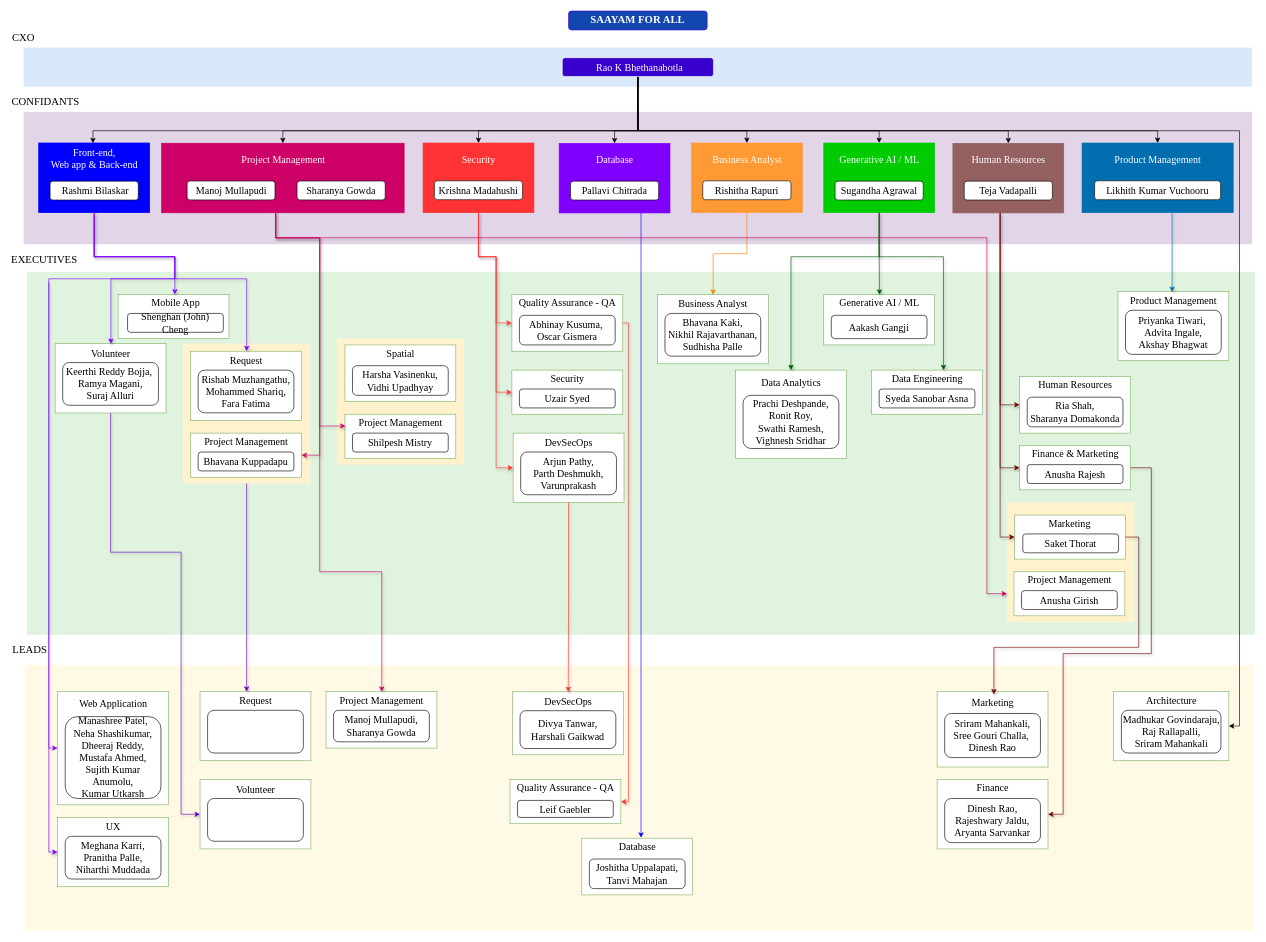
Before: saayam_organizationchart.drawio in PallaviChitrada10/PallaviChitrada10, a draw.io diagram. Source tidied: cells renumbered, new cells numbered last; positions are measured from the earlier drawing's top-left corner, leaving out a move shared by most shapes. Both pictures are drawn from the tidied source at 63%, with x=0, y=0 at pixel (11, 11).
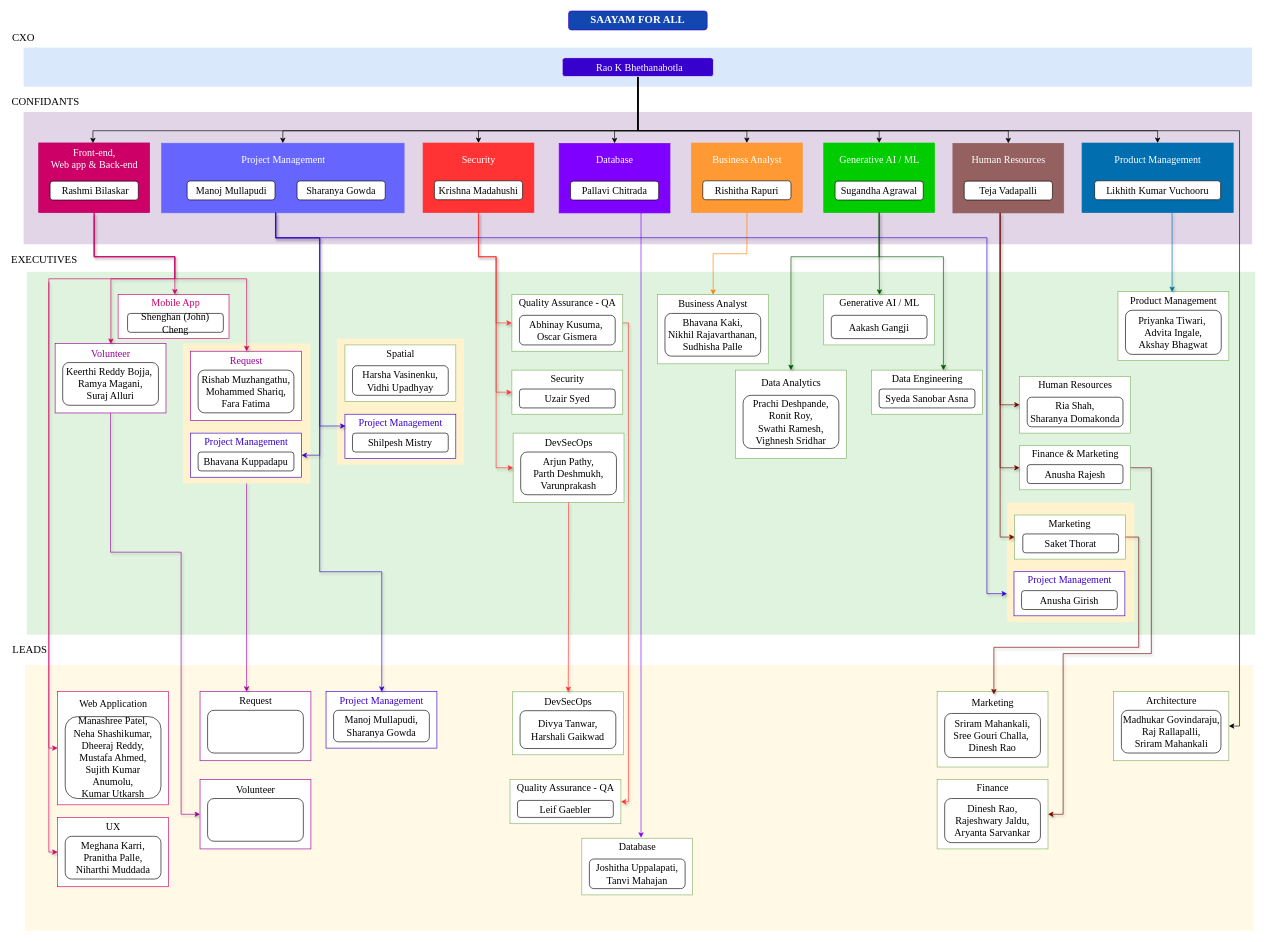
The same page after the edit.

The change refers to these unchanged cells:
```xml
<mxCell id="19" style="group;strokeColor=#9673a6;fillColor=#E1D5E7;" parent="1" vertex="1">
  <mxGeometry x="44" y="209.5" width="176" height="110.5" as="geometry" />
</mxCell>
<mxCell id="27" style="group;" parent="1" vertex="1">
  <mxGeometry x="239" y="209.8" width="385" height="110.5" as="geometry" />
</mxCell>
<mxCell id="32" style="group;" parent="1" vertex="1">
  <mxGeometry x="870" y="210" width="176" height="110.5" as="geometry" />
</mxCell>
<mxCell id="34" style="rounded=0;whiteSpace=wrap;html=1;strokeColor=#7F00FF;fillColor=light-dark(#7F00FF,#1F2F1E);fontFamily=Garamond;" parent="32" vertex="1">
  <mxGeometry width="176" height="110.5" as="geometry" />
</mxCell>
<mxCell id="69" style="group;" parent="1" vertex="1">
  <mxGeometry x="285" y="540" width="190" height="280" as="geometry" />
</mxCell>
<mxCell id="70" style="rounded=0;whiteSpace=wrap;html=1;strokeColor=none;fillColor=#FFF2CC;fontFamily=Garamond;" parent="69" vertex="1">
  <mxGeometry x="-12" y="-12.2" width="202" height="222.2" as="geometry" />
</mxCell>
<mxCell id="75" style="group;" parent="69" vertex="1">
  <mxGeometry y="130" width="176" height="90" as="geometry" />
</mxCell>
<mxCell id="106" style="group;" parent="100" vertex="1">
  <mxGeometry y="110" width="176" height="90" as="geometry" />
</mxCell>
<mxCell id="122" style="group;" parent="116" vertex="1">
  <mxGeometry x="11" y="98" width="176" height="90" as="geometry" />
</mxCell>
<mxCell id="127" style="group;" parent="1" vertex="1">
  <mxGeometry x="173" y="450" width="176" height="190" as="geometry" />
</mxCell>
<mxCell id="132" style="group;" parent="127" vertex="1">
  <mxGeometry x="-103" y="78" width="176" height="110" as="geometry" />
</mxCell>
<mxCell id="165" style="group;" parent="1" vertex="1">
  <mxGeometry x="74" y="1080" width="176" height="190" as="geometry" />
</mxCell>
<mxCell id="176" style="group;" parent="1" vertex="1">
  <mxGeometry x="300" y="1080" width="176" height="110" as="geometry" />
</mxCell>
<mxCell id="182" style="group;" parent="1" vertex="1">
  <mxGeometry x="300" y="1220" width="176" height="110" as="geometry" />
</mxCell>
```

The edit, as a diff of the source:
```diff
@@
-    <mxCell id="20" style="rounded=0;whiteSpace=wrap;html=1;strokeColor=light-dark(#0000FF,#1F2F1E);fillColor=light-dark(#0000FF,#1F2F1E);fontFamily=Garamond;" parent="19" vertex="1">
+    <mxCell id="20" style="rounded=0;whiteSpace=wrap;html=1;strokeColor=light-dark(#CC0066,#1F2F1E);fillColor=light-dark(#CC0066,#1F2F1E);fontFamily=Garamond;" parent="19" vertex="1">
       <mxGeometry width="176" height="110.5" as="geometry" />
     </mxCell>
@@
-    <mxCell id="28" style="rounded=0;whiteSpace=wrap;html=1;strokeColor=#CC0066;fillColor=light-dark(#CC0066,#1F2F1E);fontFamily=Garamond;" parent="27" vertex="1">
+    <mxCell id="28" style="rounded=0;whiteSpace=wrap;html=1;strokeColor=light-dark(#6666FF,#1F2F1E);fillColor=light-dark(#6666FF,#1F2F1E);fontFamily=Garamond;" parent="27" vertex="1">
       <mxGeometry width="385" height="110.5" as="geometry" />
     </mxCell>
@@
-    <mxCell id="33" style="edgeStyle=orthogonalEdgeStyle;rounded=0;jettySize=auto;html=1;exitX=0.75;exitY=1;exitDx=0;exitDy=0;elbow=vertical;strokeColor=#0000FF;" parent="32" edge="1" source="34">
+    <mxCell id="33" style="edgeStyle=orthogonalEdgeStyle;rounded=0;jettySize=auto;html=1;exitX=0.75;exitY=1;exitDx=0;exitDy=0;elbow=vertical;strokeColor=#7F00FF;" parent="32" edge="1" source="34">
       <mxGeometry relative="1" as="geometry">
         <mxPoint x="130" y="1102.3" as="targetPoint" />
         <Array as="points">
           <mxPoint x="130" y="111" />
         </Array>
       </mxGeometry>
     </mxCell>
@@
-    <mxCell id="71" style="rounded=0;whiteSpace=wrap;html=1;strokeColor=#82b366;fillColor=light-dark(#ffffff, #1f2f1e);fontFamily=Garamond;" parent="69" vertex="1">
+    <mxCell id="71" style="rounded=0;whiteSpace=wrap;html=1;strokeColor=#990099;fillColor=light-dark(#ffffff, #1f2f1e);fontFamily=Garamond;" parent="69" vertex="1">
       <mxGeometry width="176" height="110" as="geometry" />
     </mxCell>
-    <mxCell id="72" value="&lt;font face=&quot;Garamond&quot;&gt;&lt;span style=&quot;font-size: 16px;&quot;&gt;Request&lt;/span&gt;&lt;/font&gt;" style="text;html=1;whiteSpace=wrap;strokeColor=none;fillColor=none;align=center;verticalAlign=middle;rounded=0;" parent="69" vertex="1">
+    <mxCell id="72" value="&lt;font face=&quot;Garamond&quot; style=&quot;color: rgb(153, 0, 153);&quot;&gt;&lt;span style=&quot;font-size: 16px;&quot;&gt;Request&lt;/span&gt;&lt;/font&gt;" style="text;html=1;whiteSpace=wrap;strokeColor=none;fillColor=none;align=center;verticalAlign=middle;rounded=0;" parent="69" vertex="1">
       <mxGeometry x="1" y="0.5" width="175" height="29.9" as="geometry" />
     </mxCell>
@@
-    <mxCell id="76" style="rounded=0;whiteSpace=wrap;html=1;strokeColor=#82b366;fillColor=light-dark(#ffffff, #1f2f1e);fontFamily=Garamond;" parent="75" vertex="1">
+    <mxCell id="76" style="rounded=0;whiteSpace=wrap;html=1;strokeColor=#3700CC;fillColor=light-dark(#ffffff, #1f2f1e);fontFamily=Garamond;" parent="75" vertex="1">
       <mxGeometry width="176" height="70" as="geometry" />
     </mxCell>
-    <mxCell id="77" value="&lt;font face=&quot;Garamond&quot;&gt;&lt;span style=&quot;font-size: 16px;&quot;&gt;Project Management&lt;/span&gt;&lt;/font&gt;" style="text;html=1;whiteSpace=wrap;strokeColor=none;fillColor=none;align=center;verticalAlign=middle;rounded=0;" parent="75" vertex="1">
+    <mxCell id="77" value="&lt;font face=&quot;Garamond&quot; style=&quot;color: light-dark(rgb(55, 0, 204), rgb(31, 47, 30));&quot;&gt;&lt;span style=&quot;font-size: 16px;&quot;&gt;Project Management&lt;/span&gt;&lt;/font&gt;" style="text;html=1;whiteSpace=wrap;strokeColor=none;fillColor=none;align=center;verticalAlign=middle;rounded=0;" parent="75" vertex="1">
       <mxGeometry x="1" y="0.4" width="175" height="24.4" as="geometry" />
     </mxCell>
@@
-    <mxCell id="107" style="rounded=0;whiteSpace=wrap;html=1;strokeColor=#82b366;fillColor=light-dark(#ffffff, #1f2f1e);fontFamily=Garamond;" parent="106" vertex="1">
+    <mxCell id="107" style="rounded=0;whiteSpace=wrap;html=1;strokeColor=#3700CC;fillColor=light-dark(#ffffff, #1f2f1e);fontFamily=Garamond;" parent="106" vertex="1">
       <mxGeometry width="176" height="70" as="geometry" />
     </mxCell>
-    <mxCell id="108" value="&lt;font face=&quot;Garamond&quot;&gt;&lt;span style=&quot;font-size: 16px;&quot;&gt;Project Management&lt;/span&gt;&lt;/font&gt;" style="text;html=1;whiteSpace=wrap;strokeColor=none;fillColor=none;align=center;verticalAlign=middle;rounded=0;" parent="106" vertex="1">
+    <mxCell id="108" value="&lt;font face=&quot;Garamond&quot; style=&quot;color: rgb(55, 0, 204);&quot;&gt;&lt;span style=&quot;font-size: 16px;&quot;&gt;Project Management&lt;/span&gt;&lt;/font&gt;" style="text;html=1;whiteSpace=wrap;strokeColor=none;fillColor=none;align=center;verticalAlign=middle;rounded=0;" parent="106" vertex="1">
       <mxGeometry x="1" y="0.4" width="175" height="24.4" as="geometry" />
     </mxCell>
@@
-    <mxCell id="123" style="rounded=0;whiteSpace=wrap;html=1;strokeColor=#82b366;fillColor=light-dark(#ffffff, #1f2f1e);fontFamily=Garamond;" parent="122" vertex="1">
+    <mxCell id="123" style="rounded=0;whiteSpace=wrap;html=1;strokeColor=#3700CC;fillColor=light-dark(#ffffff, #1f2f1e);fontFamily=Garamond;" parent="122" vertex="1">
       <mxGeometry y="-8" width="176" height="70" as="geometry" />
     </mxCell>
-    <mxCell id="124" value="&lt;font face=&quot;Garamond&quot;&gt;&lt;span style=&quot;font-size: 16px;&quot;&gt;Project Management&lt;/span&gt;&lt;/font&gt;" style="text;html=1;whiteSpace=wrap;strokeColor=none;fillColor=none;align=center;verticalAlign=middle;rounded=0;" parent="122" vertex="1">
+    <mxCell id="124" value="&lt;font face=&quot;Garamond&quot; style=&quot;color: rgb(55, 0, 204);&quot;&gt;&lt;span style=&quot;font-size: 16px;&quot;&gt;Project Management&lt;/span&gt;&lt;/font&gt;" style="text;html=1;whiteSpace=wrap;strokeColor=none;fillColor=none;align=center;verticalAlign=middle;rounded=0;" parent="122" vertex="1">
       <mxGeometry x="1" y="-7.6" width="175" height="24.4" as="geometry" />
     </mxCell>
@@
-    <mxCell id="128" style="rounded=0;whiteSpace=wrap;html=1;strokeColor=#82b366;fillColor=light-dark(#ffffff, #1f2f1e);fontFamily=Garamond;" parent="127" vertex="1">
+    <mxCell id="128" style="rounded=0;whiteSpace=wrap;html=1;strokeColor=#CC0066;fillColor=light-dark(#ffffff, #1f2f1e);fontFamily=Garamond;" parent="127" vertex="1">
       <mxGeometry x="-3" width="176" height="70" as="geometry" />
     </mxCell>
-    <mxCell id="129" value="&lt;font face=&quot;Garamond&quot;&gt;&lt;span style=&quot;font-size: 16px;&quot;&gt;Mobile App&lt;/span&gt;&lt;/font&gt;" style="text;html=1;whiteSpace=wrap;strokeColor=none;fillColor=none;align=center;verticalAlign=middle;rounded=0;" parent="127" vertex="1">
+    <mxCell id="129" value="&lt;font face=&quot;Garamond&quot; style=&quot;color: rgb(204, 0, 102);&quot;&gt;&lt;span style=&quot;font-size: 16px;&quot;&gt;Mobile App&lt;/span&gt;&lt;/font&gt;" style="text;html=1;whiteSpace=wrap;strokeColor=none;fillColor=none;align=center;verticalAlign=middle;rounded=0;" parent="127" vertex="1">
       <mxGeometry x="1" y="0.4" width="175" height="24.4" as="geometry" />
     </mxCell>
@@
-    <mxCell id="133" style="rounded=0;whiteSpace=wrap;html=1;strokeColor=#82b366;fillColor=light-dark(#ffffff, #1f2f1e);fontFamily=Garamond;" parent="132" vertex="1">
+    <mxCell id="133" style="rounded=0;whiteSpace=wrap;html=1;strokeColor=#990099;fillColor=light-dark(#ffffff, #1f2f1e);fontFamily=Garamond;" parent="132" vertex="1">
       <mxGeometry width="176" height="110" as="geometry" />
     </mxCell>
-    <mxCell id="134" value="&lt;font face=&quot;Garamond&quot;&gt;&lt;span style=&quot;font-size: 16px;&quot;&gt;Volunteer&lt;/span&gt;&lt;/font&gt;" style="text;html=1;whiteSpace=wrap;strokeColor=none;fillColor=none;align=center;verticalAlign=middle;rounded=0;" parent="132" vertex="1">
+    <mxCell id="134" value="&lt;font face=&quot;Garamond&quot; style=&quot;color: rgb(153, 0, 153);&quot;&gt;&lt;span style=&quot;font-size: 16px;&quot;&gt;Volunteer&lt;/span&gt;&lt;/font&gt;" style="text;html=1;whiteSpace=wrap;strokeColor=none;fillColor=none;align=center;verticalAlign=middle;rounded=0;" parent="132" vertex="1">
       <mxGeometry x="1" y="0.5" width="175" height="29.9" as="geometry" />
     </mxCell>
@@
-    <mxCell id="145" style="edgeStyle=orthogonalEdgeStyle;rounded=0;jettySize=auto;html=1;entryX=1;entryY=0.5;entryDx=0;entryDy=0;strokeColor=#CC0066;shadow=1;" parent="1" edge="1" target="76">
+    <mxCell id="145" style="edgeStyle=orthogonalEdgeStyle;rounded=0;jettySize=auto;html=1;entryX=1;entryY=0.5;entryDx=0;entryDy=0;strokeColor=light-dark(#3700CC,#1F2F1E);shadow=1;" parent="1" edge="1" target="76">
       <mxGeometry relative="1" as="geometry">
         <mxPoint x="420" y="320" as="sourcePoint" />
         <Array as="points">
           <mxPoint x="420" y="320" />
           <mxPoint x="420" y="360" />
           <mxPoint x="490" y="360" />
           <mxPoint x="490" y="705" />
         </Array>
       </mxGeometry>
     </mxCell>
-    <mxCell id="146" style="edgeStyle=orthogonalEdgeStyle;rounded=0;jettySize=auto;html=1;entryX=0;entryY=0.75;entryDx=0;entryDy=0;strokeColor=#CC0066;shadow=1;" parent="1" edge="1" target="108">
+    <mxCell id="146" style="edgeStyle=orthogonalEdgeStyle;rounded=0;jettySize=auto;html=1;entryX=0;entryY=0.75;entryDx=0;entryDy=0;strokeColor=light-dark(#3700CC,#1F2F1E);shadow=1;" parent="1" edge="1" target="108">
       <mxGeometry relative="1" as="geometry">
         <mxPoint x="420" y="320" as="sourcePoint" />
         <Array as="points">
           <mxPoint x="420" y="320" />
           <mxPoint x="420" y="360" />
           <mxPoint x="490" y="360" />
           <mxPoint x="490" y="659" />
         </Array>
       </mxGeometry>
     </mxCell>
@@
-    <mxCell id="156" style="edgeStyle=orthogonalEdgeStyle;rounded=0;jettySize=auto;html=1;exitX=0.5;exitY=1;exitDx=0;exitDy=0;strokeColor=#7F00FF;shadow=1;" parent="1" edge="1" source="20">
+    <mxCell id="156" style="edgeStyle=orthogonalEdgeStyle;rounded=0;jettySize=auto;html=1;exitX=0.5;exitY=1;exitDx=0;exitDy=0;strokeColor=#CC0066;shadow=1;" parent="1" edge="1" source="20">
       <mxGeometry relative="1" as="geometry">
         <mxPoint x="260" y="450" as="targetPoint" />
         <Array as="points">
           <mxPoint x="132" y="390" />
           <mxPoint x="260" y="390" />
         </Array>
       </mxGeometry>
     </mxCell>
-    <mxCell id="157" style="edgeStyle=orthogonalEdgeStyle;rounded=0;jettySize=auto;html=1;exitX=0.5;exitY=1;exitDx=0;exitDy=0;entryX=0.5;entryY=0;entryDx=0;entryDy=0;strokeColor=#7F00FF;shadow=1;" parent="1" edge="1" source="20" target="134">
+    <mxCell id="157" style="edgeStyle=orthogonalEdgeStyle;rounded=0;jettySize=auto;html=1;exitX=0.5;exitY=1;exitDx=0;exitDy=0;entryX=0.5;entryY=0;entryDx=0;entryDy=0;strokeColor=#CC0066;shadow=1;" parent="1" edge="1" source="20" target="134">
       <mxGeometry relative="1" as="geometry">
         <Array as="points">
           <mxPoint x="132" y="390" />
           <mxPoint x="260" y="390" />
           <mxPoint x="260" y="425" />
           <mxPoint x="159" y="425" />
         </Array>
       </mxGeometry>
     </mxCell>
-    <mxCell id="158" style="edgeStyle=orthogonalEdgeStyle;rounded=0;orthogonalLoop=1;jettySize=auto;html=1;exitX=0.5;exitY=1;exitDx=0;exitDy=0;strokeColor=#7F00FF;shadow=1;" parent="1" edge="1">
+    <mxCell id="158" style="edgeStyle=orthogonalEdgeStyle;rounded=0;orthogonalLoop=1;jettySize=auto;html=1;exitX=0.5;exitY=1;exitDx=0;exitDy=0;strokeColor=#CC0066;shadow=1;" parent="1" edge="1">
       <mxGeometry relative="1" as="geometry">
         <mxPoint x="132" y="325" as="sourcePoint" />
         <mxPoint x="374" y="540" as="targetPoint" />
         <Array as="points">
           <mxPoint x="132" y="390" />
           <mxPoint x="260" y="390" />
           <mxPoint x="260" y="425" />
           <mxPoint x="374" y="425" />
           <mxPoint x="374" y="540" />
         </Array>
       </mxGeometry>
     </mxCell>
@@
-    <mxCell id="163" style="edgeStyle=orthogonalEdgeStyle;rounded=0;orthogonalLoop=1;jettySize=auto;html=1;exitX=0.5;exitY=1;exitDx=0;exitDy=0;entryX=0;entryY=0.5;entryDx=0;entryDy=0;strokeColor=#CC0066;shadow=1;" parent="1" edge="1">
+    <mxCell id="163" style="edgeStyle=orthogonalEdgeStyle;rounded=0;orthogonalLoop=1;jettySize=auto;html=1;exitX=0.5;exitY=1;exitDx=0;exitDy=0;entryX=0;entryY=0.5;entryDx=0;entryDy=0;strokeColor=light-dark(#3700CC,#1F2F1E);shadow=1;" parent="1" edge="1">
       <mxGeometry relative="1" as="geometry">
         <mxPoint x="420.5" y="320" as="sourcePoint" />
         <mxPoint x="1581" y="924.8" as="targetPoint" />
         <Array as="points">
           <mxPoint x="421" y="359.8" />
           <mxPoint x="1549" y="359.8" />
           <mxPoint x="1549" y="924.8" />
         </Array>
       </mxGeometry>
     </mxCell>
@@
-    <mxCell id="166" style="rounded=0;whiteSpace=wrap;html=1;strokeColor=#82b366;fillColor=light-dark(#ffffff, #1f2f1e);fontFamily=Garamond;" parent="165" vertex="1">
+    <mxCell id="166" style="rounded=0;whiteSpace=wrap;html=1;strokeColor=#CC0066;fillColor=light-dark(#ffffff, #1f2f1e);fontFamily=Garamond;" parent="165" vertex="1">
       <mxGeometry width="176" height="180" as="geometry" />
     </mxCell>
@@
-    <mxCell id="170" style="edgeStyle=orthogonalEdgeStyle;rounded=0;jettySize=auto;html=1;entryX=0;entryY=0.5;entryDx=0;entryDy=0;strokeColor=#7F00FF;shadow=0;" parent="1" edge="1" target="166">
+    <mxCell id="170" style="edgeStyle=orthogonalEdgeStyle;rounded=0;jettySize=auto;html=1;entryX=0;entryY=0.5;entryDx=0;entryDy=0;strokeColor=#CC0066;shadow=0;" parent="1" edge="1" target="166">
       <mxGeometry relative="1" as="geometry">
         <mxPoint x="132" y="320" as="sourcePoint" />
         <Array as="points">
           <mxPoint x="132" y="390" />
           <mxPoint x="260" y="390" />
           <mxPoint x="260" y="425" />
           <mxPoint x="60" y="425" />
           <mxPoint x="60" y="1170" />
         </Array>
       </mxGeometry>
     </mxCell>
-    <mxCell id="171" style="edgeStyle=orthogonalEdgeStyle;rounded=0;jettySize=auto;html=1;entryX=0;entryY=0.5;entryDx=0;entryDy=0;strokeColor=#7F00FF;shadow=1;" parent="1" edge="1" target="172">
+    <mxCell id="171" style="edgeStyle=orthogonalEdgeStyle;rounded=0;jettySize=auto;html=1;entryX=0;entryY=0.5;entryDx=0;entryDy=0;strokeColor=#CC0066;shadow=1;" parent="1" edge="1" target="172">
       <mxGeometry relative="1" as="geometry">
         <mxPoint x="60" y="430" as="sourcePoint" />
         <Array as="points">
           <mxPoint x="60" y="430" />
           <mxPoint x="60" y="1335" />
         </Array>
       </mxGeometry>
     </mxCell>
-    <mxCell id="172" style="rounded=0;whiteSpace=wrap;html=1;strokeColor=#82b366;fillColor=light-dark(#ffffff, #1f2f1e);fontFamily=Garamond;" parent="1" vertex="1">
+    <mxCell id="172" style="rounded=0;whiteSpace=wrap;html=1;strokeColor=#CC0066;fillColor=light-dark(#ffffff, #1f2f1e);fontFamily=Garamond;" parent="1" vertex="1">
       <mxGeometry x="74" y="1280" width="176" height="110" as="geometry" />
     </mxCell>
@@
-    <mxCell id="177" style="rounded=0;whiteSpace=wrap;html=1;strokeColor=#82b366;fillColor=light-dark(#ffffff, #1f2f1e);fontFamily=Garamond;" parent="176" vertex="1">
+    <mxCell id="177" style="rounded=0;whiteSpace=wrap;html=1;strokeColor=#990099;fillColor=light-dark(#ffffff, #1f2f1e);fontFamily=Garamond;" parent="176" vertex="1">
       <mxGeometry width="176" height="110" as="geometry" />
     </mxCell>
@@
-    <mxCell id="181" style="edgeStyle=orthogonalEdgeStyle;rounded=0;jettySize=auto;html=1;exitX=0.5;exitY=1;exitDx=0;exitDy=0;entryX=0;entryY=0.5;entryDx=0;entryDy=0;strokeColor=#6600CC;shadow=1;fillColor=#6a00ff;" parent="1" edge="1" source="133" target="183">
+    <mxCell id="181" style="edgeStyle=orthogonalEdgeStyle;rounded=0;jettySize=auto;html=1;exitX=0.5;exitY=1;exitDx=0;exitDy=0;entryX=0;entryY=0.5;entryDx=0;entryDy=0;strokeColor=#990099;shadow=1;fillColor=#6a00ff;" parent="1" edge="1" source="133" target="183">
       <mxGeometry relative="1" as="geometry">
         <Array as="points">
           <mxPoint x="158" y="859" />
           <mxPoint x="270" y="859" />
           <mxPoint x="270" y="1275" />
         </Array>
       </mxGeometry>
     </mxCell>
@@
-    <mxCell id="183" style="rounded=0;whiteSpace=wrap;html=1;strokeColor=#82b366;fillColor=light-dark(#ffffff, #1f2f1e);fontFamily=Garamond;" parent="182" vertex="1">
+    <mxCell id="183" style="rounded=0;whiteSpace=wrap;html=1;strokeColor=#990099;fillColor=light-dark(#ffffff, #1f2f1e);fontFamily=Garamond;" parent="182" vertex="1">
       <mxGeometry width="176" height="110" as="geometry" />
     </mxCell>
@@
-    <mxCell id="187" style="edgeStyle=orthogonalEdgeStyle;rounded=0;jettySize=auto;html=1;exitX=0.5;exitY=1;exitDx=0;exitDy=0;entryX=0.42;entryY=0.004;entryDx=0;entryDy=0;entryPerimeter=0;strokeColor=#6600CC;shadow=1;fillColor=#6a00ff;" parent="1" edge="1" source="70" target="177">
+    <mxCell id="187" style="edgeStyle=orthogonalEdgeStyle;rounded=0;jettySize=auto;html=1;exitX=0.5;exitY=1;exitDx=0;exitDy=0;entryX=0.42;entryY=0.004;entryDx=0;entryDy=0;entryPerimeter=0;strokeColor=#990099;shadow=1;fillColor=#6a00ff;" parent="1" edge="1" source="70" target="177">
       <mxGeometry relative="1" as="geometry">
         <Array as="points">
           <mxPoint x="374" y="1080" />
         </Array>
       </mxGeometry>
     </mxCell>
-    <mxCell id="188" style="rounded=0;whiteSpace=wrap;html=1;strokeColor=#82b366;fillColor=light-dark(#ffffff, #1f2f1e);fontFamily=Garamond;" parent="1" vertex="1">
+    <mxCell id="188" style="rounded=0;whiteSpace=wrap;html=1;strokeColor=#3700CC;fillColor=light-dark(#ffffff, #1f2f1e);fontFamily=Garamond;" parent="1" vertex="1">
       <mxGeometry x="500" y="1080" width="176" height="90" as="geometry" />
     </mxCell>
-    <mxCell id="189" value="&lt;span style=&quot;font-family: Garamond; font-size: 16px;&quot;&gt;Project Management&lt;/span&gt;" style="text;html=1;whiteSpace=wrap;strokeColor=none;fillColor=none;align=center;verticalAlign=middle;rounded=0;" parent="1" vertex="1">
+    <mxCell id="189" value="&lt;span style=&quot;font-family: Garamond; font-size: 16px;&quot;&gt;&lt;font style=&quot;color: light-dark(rgb(55, 0, 204), rgb(55, 0, 204));&quot;&gt;Project Management&lt;/font&gt;&lt;/span&gt;" style="text;html=1;whiteSpace=wrap;strokeColor=none;fillColor=none;align=center;verticalAlign=middle;rounded=0;" parent="1" vertex="1">
       <mxGeometry x="501" y="1080.6" width="175" height="29.4" as="geometry" />
     </mxCell>
@@
-    <mxCell id="191" style="edgeStyle=orthogonalEdgeStyle;rounded=0;jettySize=auto;html=1;entryX=0.5;entryY=0;entryDx=0;entryDy=0;elbow=vertical;strokeColor=#CC0066;shadow=1;" parent="1" edge="1" target="189">
+    <mxCell id="191" style="edgeStyle=orthogonalEdgeStyle;rounded=0;jettySize=auto;html=1;entryX=0.5;entryY=0;entryDx=0;entryDy=0;elbow=vertical;strokeColor=light-dark(#3700CC,#1F2F1E);shadow=1;" parent="1" edge="1" target="189">
       <mxGeometry relative="1" as="geometry">
         <mxPoint x="420" y="320" as="sourcePoint" />
         <Array as="points">
           <mxPoint x="420" y="320" />
           <mxPoint x="420" y="360" />
           <mxPoint x="490" y="360" />
           <mxPoint x="490" y="890" />
           <mxPoint x="589" y="890" />
         </Array>
       </mxGeometry>
     </mxCell>
```
